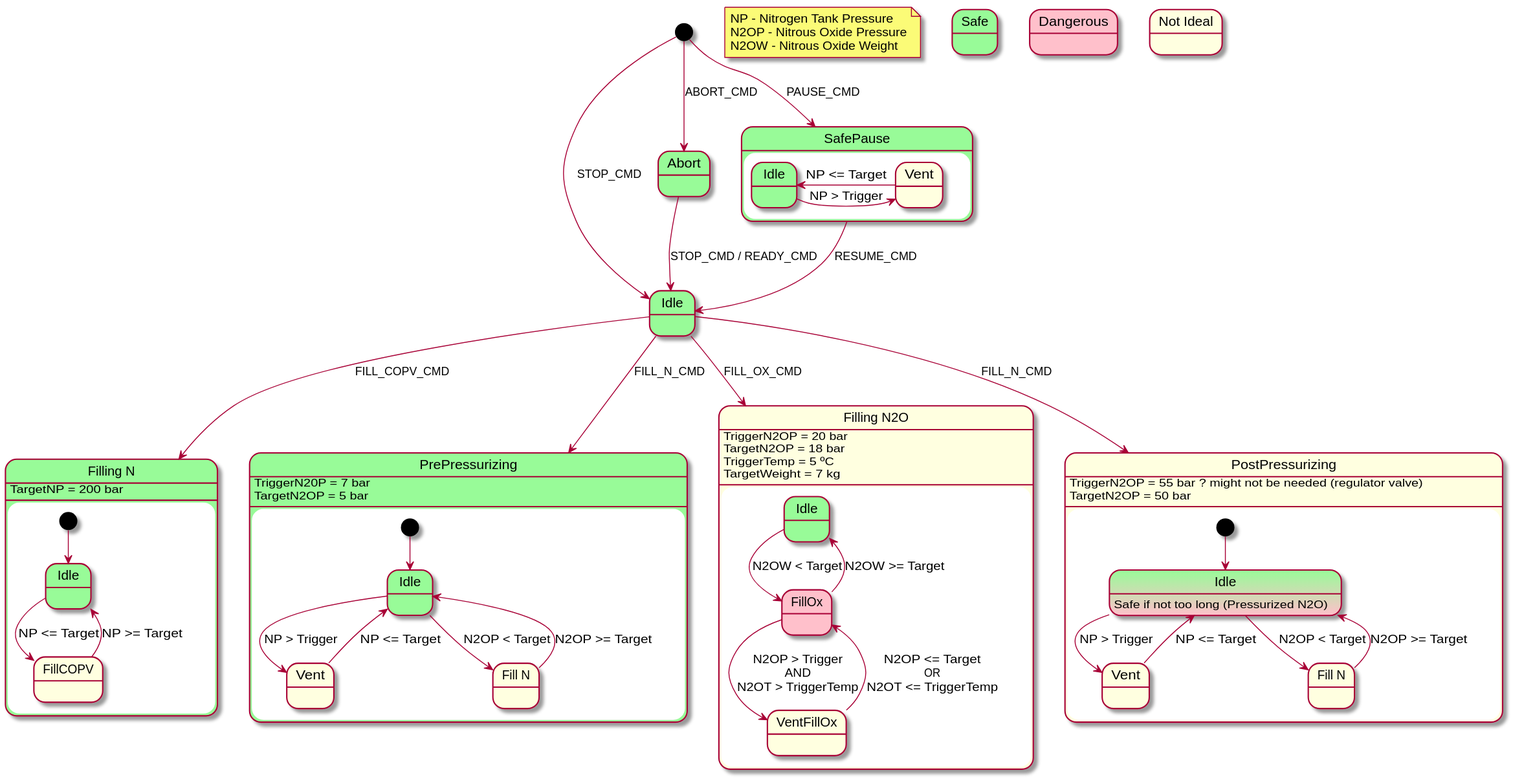
This is docs/OBC/filling_state_machine.svg from PortoSpaceTeamNI/INVICTUS2.0_Software, a PlantUML export, as it was before one commit.
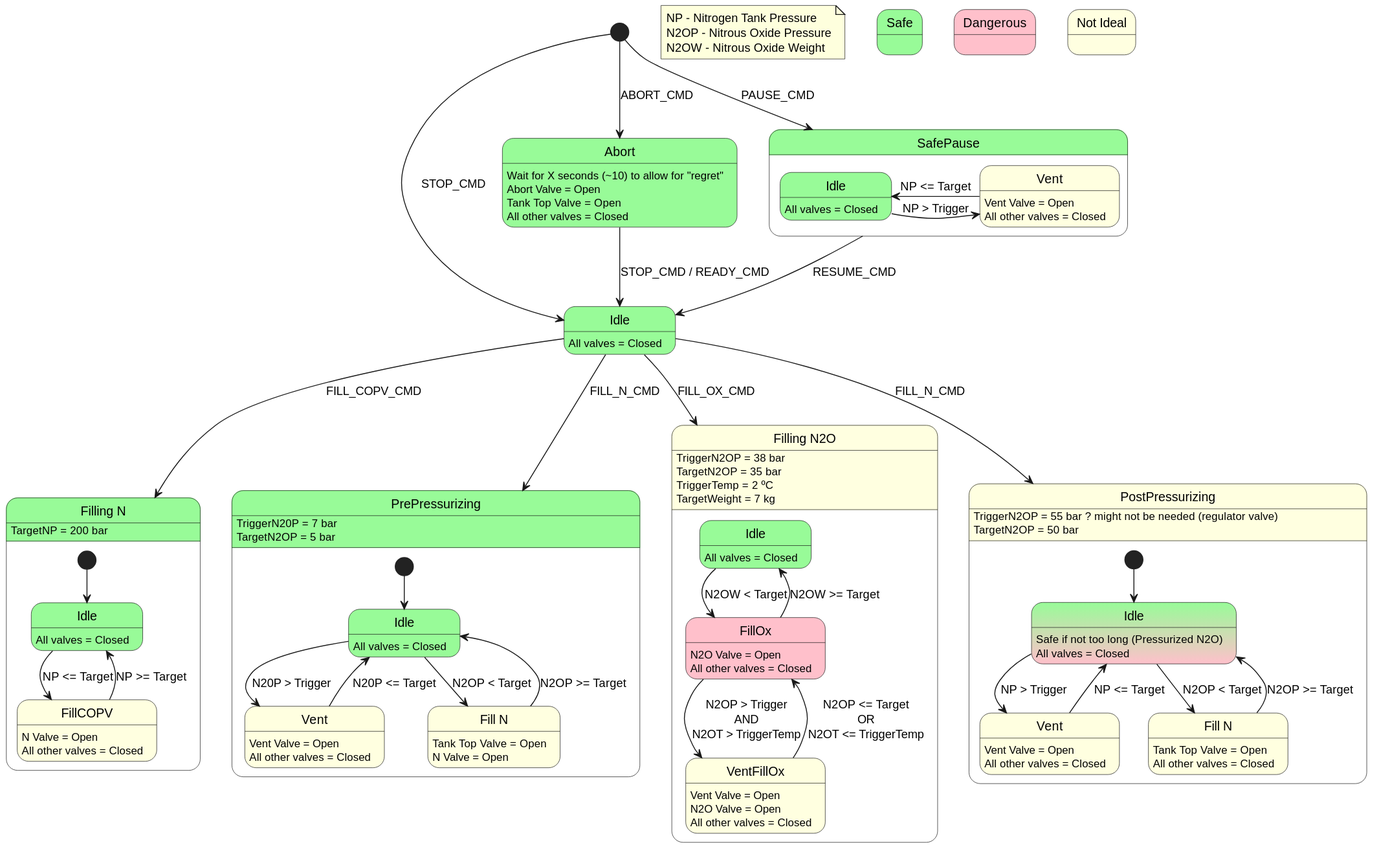
Later version of the same file.

Commit message:
updated fill diagram

The edit, as a diff of the source:
```diff
@@ -1,11 +1,16 @@
-@startuml filling_state_machine
+@startuml
 [*] --> Idle : STOP_CMD
 [*] --> Abort : ABORT_CMD
 [*] --> SafePause : PAUSE_CMD
 
-state "SafePause" as SafePause {
-    state "Idle" as SafeIdle #PaleGreen
-    state "Vent" as SafeVent #LightYellow
+state "SafePause" as SafePause #PaleGreen{
+    state "Idle" as SafeIdle #PaleGreen {
+        SafeIdle : All valves = Closed
+    }
+    state "Vent" as SafeVent #LightYellow {
+        SafeVent : Vent Valve = Open
+        SafeVent : All other valves = Closed
+    }
     SafeIdle -> SafeVent : NP > Trigger
     SafeVent -> SafeIdle : NP <= Target
 }
@@ -19,17 +24,29 @@
     N2OW - Nitrous Oxide Weight
 end note
 
-state Idle #PaleGreen
-state Abort #PaleGreen
-state SafePause #PaleGreen
+state Idle #PaleGreen {
+    Idle : All valves = Closed
+}
+
+state Abort #PaleGreen {
+    Abort : Wait for X seconds (~10) to allow for "regret"
+    Abort : Abort Valve = Open
+    Abort : Tank Top Valve = Open
+    Abort : All other valves = Closed
+}
 
 state Safe #PaleGreen
 state Dangerous #Pink
 state "Not Ideal" as NotIdeal #LightYellow
 
 state "Filling N" as COPVFill #PaleGreen {
-    state "Idle" as COPVIdle #PaleGreen
-    state "FillCOPV" as FillCOPV #LightYellow
+    state "Idle" as COPVIdle #PaleGreen {
+        COPVIdle : All valves = Closed
+    }
+    state "FillCOPV" as FillCOPV #LightYellow {
+        FillCOPV : N Valve = Open
+        FillCOPV : All other valves = Closed
+    }
     COPVFill : TargetNP = 200 bar
     [*] --> COPVIdle
     Idle --> COPVFill : FILL_COPV_CMD
@@ -38,26 +55,43 @@
 }
 
 state "PrePressurizing" as PreFill #PaleGreen {
-    state "Idle" as PrepIdle #PaleGreen
-    state "Vent" as PreVent #LightYellow
-    state "Fill N" as PreFillN #LightYellow
+    state "Idle" as PrepIdle #PaleGreen {
+        PrepIdle : All valves = Closed
+    }
+    state "Vent" as PreVent #LightYellow {
+        PreVent : Vent Valve = Open
+        PreVent : All other valves = Closed
+    }
+    state "Fill N" as PreFillN #LightYellow {
+        PreFillN : Tank Top Valve = Open
+        PreFillN : N Valve = Open
+    }
     PreFill : TriggerN20P = 7 bar
     PreFill : TargetN2OP = 5 bar
     [*] --> PrepIdle
     Idle --> PreFill : FILL_N_CMD
     PrepIdle --> PreFillN : N2OP < Target
     PreFillN --> PrepIdle : N2OP >= Target
-    PrepIdle --> PreVent : NP > Trigger
-    PreVent --> PrepIdle : NP <= Target
+    PrepIdle --> PreVent : N20P > Trigger
+    PreVent --> PrepIdle : N20P <= Target
 }
 
 state "Filling N2O" as MainFill #LightYellow{
-    state "Idle" as FillOxIdle #PaleGreen
-    state "FillOx" as FillOx #Pink
-    state "VentFillOx" as VentFillOx #LightYellow
-    MainFill : TriggerN2OP = 20 bar
-    MainFill : TargetN2OP = 18 bar
-    MainFill : TriggerTemp = 5 ºC
+    state "Idle" as FillOxIdle #PaleGreen {
+        FillOxIdle : All valves = Closed
+    }
+    state "FillOx" as FillOx #Pink {
+        FillOx : N2O Valve = Open
+        FillOx : All other valves = Closed
+    }
+    state "VentFillOx" as VentFillOx #LightYellow {
+        VentFillOx : Vent Valve = Open
+        VentFillOx : N2O Valve = Open
+        VentFillOx : All other valves = Closed
+    }
+    MainFill : TriggerN2OP = 38 bar
+    MainFill : TargetN2OP = 35 bar
+    MainFill : TriggerTemp = 2 ºC
     MainFill : TargetWeight = 7 kg
     Idle --> MainFill : FILL_OX_CMD
     FillOxIdle --> FillOx : N2OW < Target
@@ -67,10 +101,18 @@
 }
 
 state "PostPressurizing" as PostFill #LightYellow {
-    state "Idle" as PostIdle #PaleGreen-Pink
-    PostIdle : Safe if not too long (Pressurized N2O)
-    state "Vent" as PostVent #LightYellow
-    state "Fill N" as PostFillN #LightYellow
+    state "Idle" as PostIdle #PaleGreen-Pink {
+        PostIdle : Safe if not too long (Pressurized N2O)
+        PostIdle : All valves = Closed
+    }
+    state "Vent" as PostVent #LightYellow {
+        PostVent : Vent Valve = Open
+        PostVent : All other valves = Closed
+    }
+    state "Fill N" as PostFillN #LightYellow {
+        PostFillN : Tank Top Valve = Open
+        PostFillN : All other valves = Closed
+    }
     PostFill : TriggerN2OP = 55 bar ? might not be needed (regulator valve)
     PostFill : TargetN2OP = 50 bar
     [*] --> PostIdle
```
